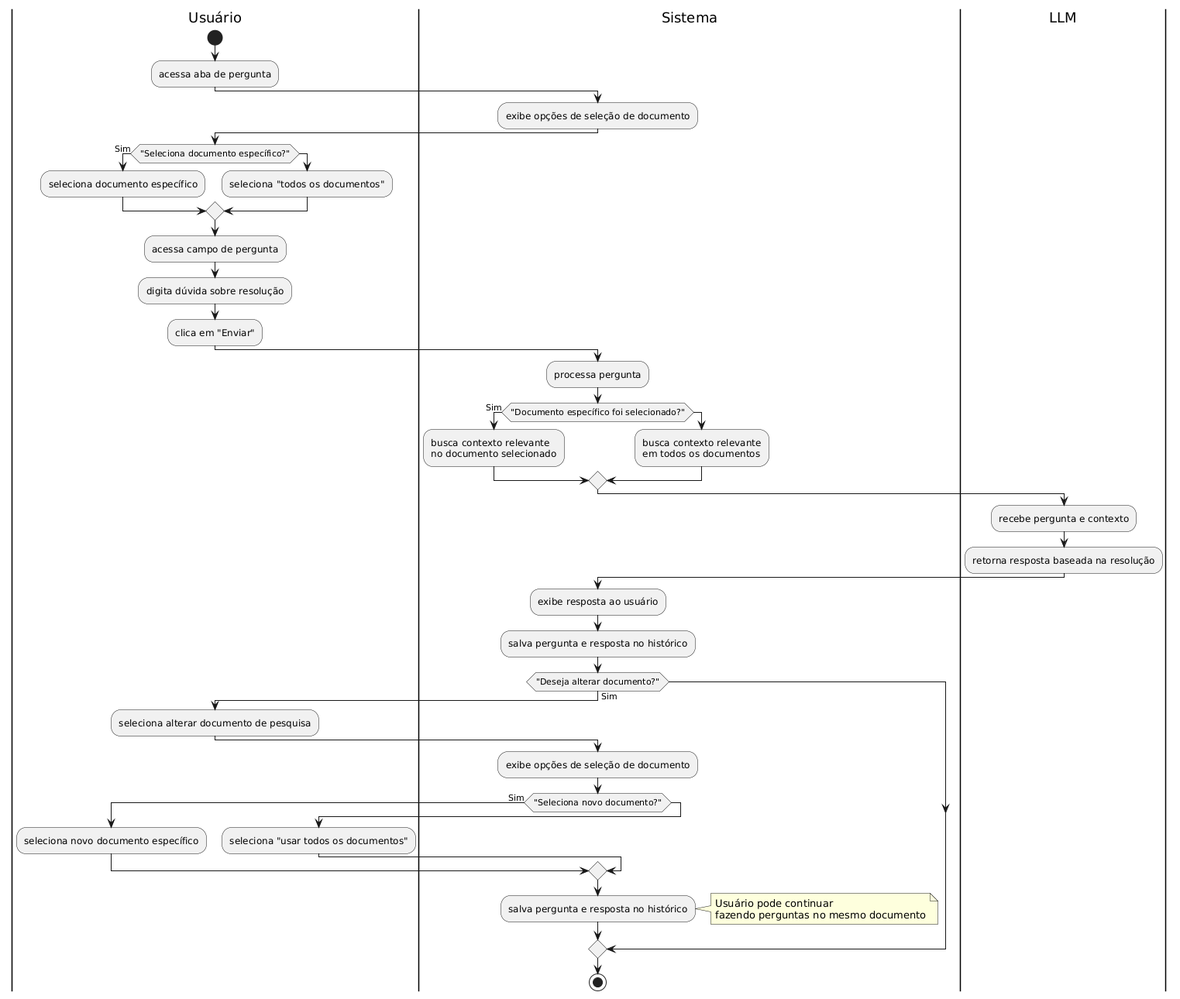
This is Diagramas/Atividade/Atividade - fazer pergunta.png from Euderlan/G4_CONSULTA_DOCUMENTOS, a PlantUML export, as it was before one commit.
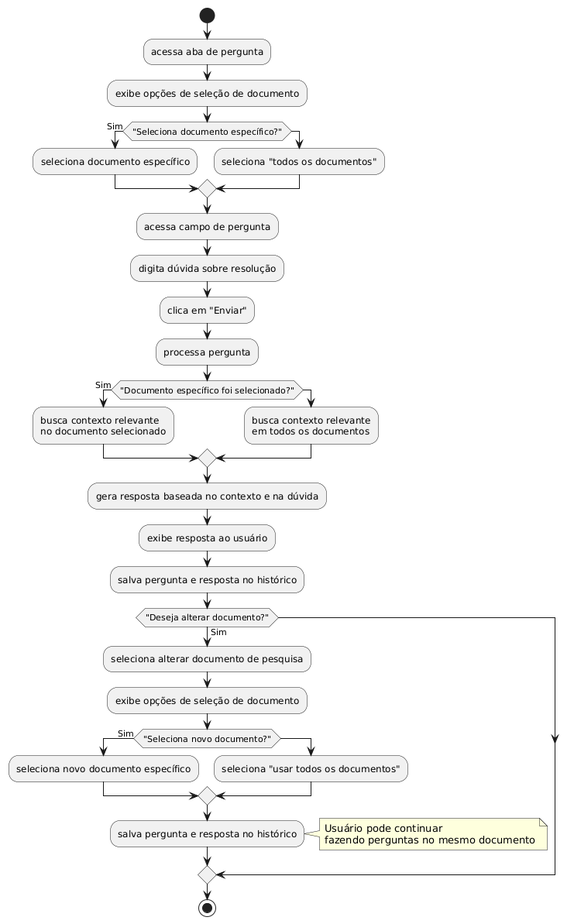
After the change.

Commit message:
Atualizando Diagramas Atividade

The edit, as a diff of the source:
```diff
@@ -1,11 +1,8 @@
 @startuml
-|Usuário|
 start
 
 :acessa aba de pergunta;
-|Sistema|
 :exibe opções de seleção de documento;
-|Usuário|
 
 if ("Seleciona documento específico?") then (Sim)
   :seleciona documento específico;
@@ -17,7 +14,6 @@
 :digita dúvida sobre resolução;
 :clica em "Enviar";
 
-|Sistema|
 :processa pergunta;
 
 if ("Documento específico foi selecionado?") then (Sim)
@@ -26,29 +22,20 @@
   :busca contexto relevante\nem todos os documentos;
 endif
 
-|LLM|
-:recebe pergunta e contexto;
-:retorna resposta baseada na resolução;
-
-|Sistema|
+:gera resposta baseada no contexto e na dúvida;
 :exibe resposta ao usuário;
 :salva pergunta e resposta no histórico;
 
 if ("Deseja alterar documento?") then (Sim)
-  |Usuário|
   :seleciona alterar documento de pesquisa;
-  |Sistema|
   :exibe opções de seleção de documento;
 
   if ("Seleciona novo documento?") then (Sim)
-    |Usuário|
     :seleciona novo documento específico;
   else
-    |Usuário|
     :seleciona "usar todos os documentos";
   endif
 
-  |Sistema|
   :salva pergunta e resposta no histórico;
   note right
     Usuário pode continuar
```
